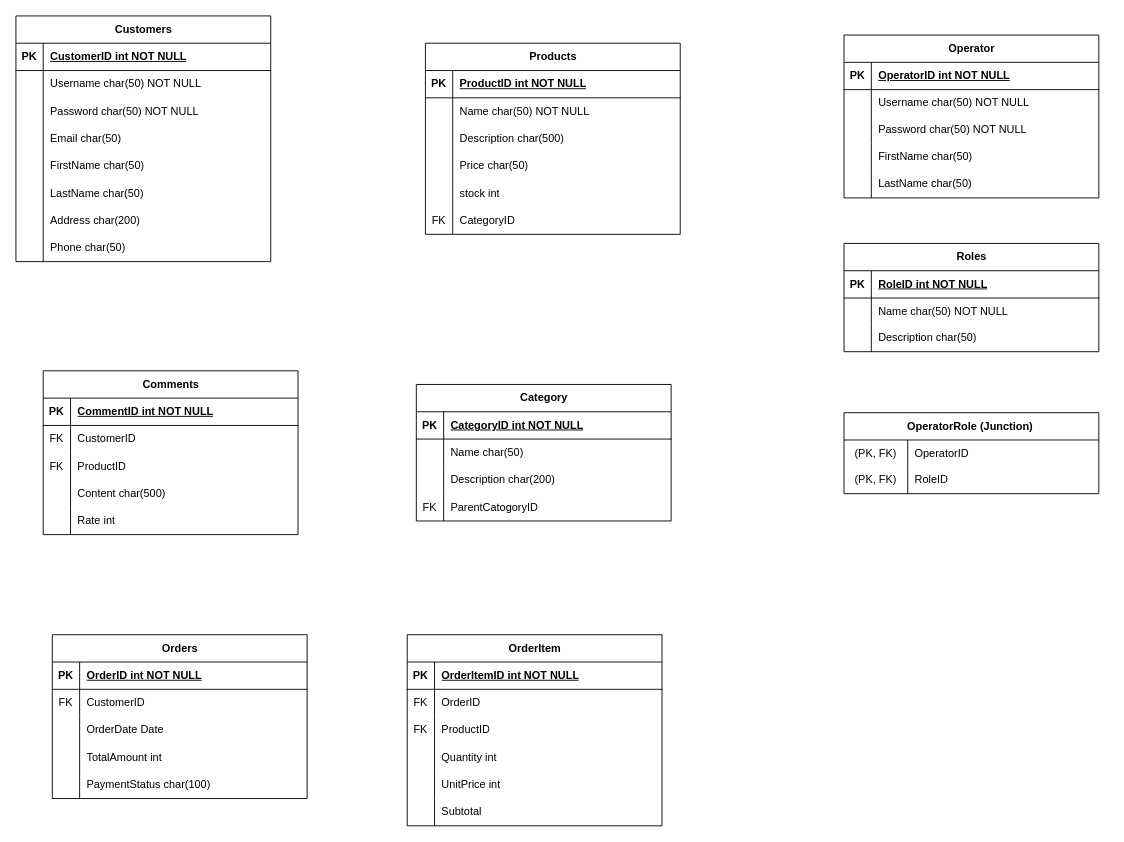
zeinab-hajhosseini/OnlineShopERD keeps this draw.io diagram as OnlineShop.drawio. Above is the earlier version. Source tidied: cells renumbered, new cells numbered last; positions are measured from the earlier drawing's top-left corner, leaving out a move shared by most shapes. Both pictures are drawn from the tidied source at 91%, with x=0, y=0 at pixel (15, 15).
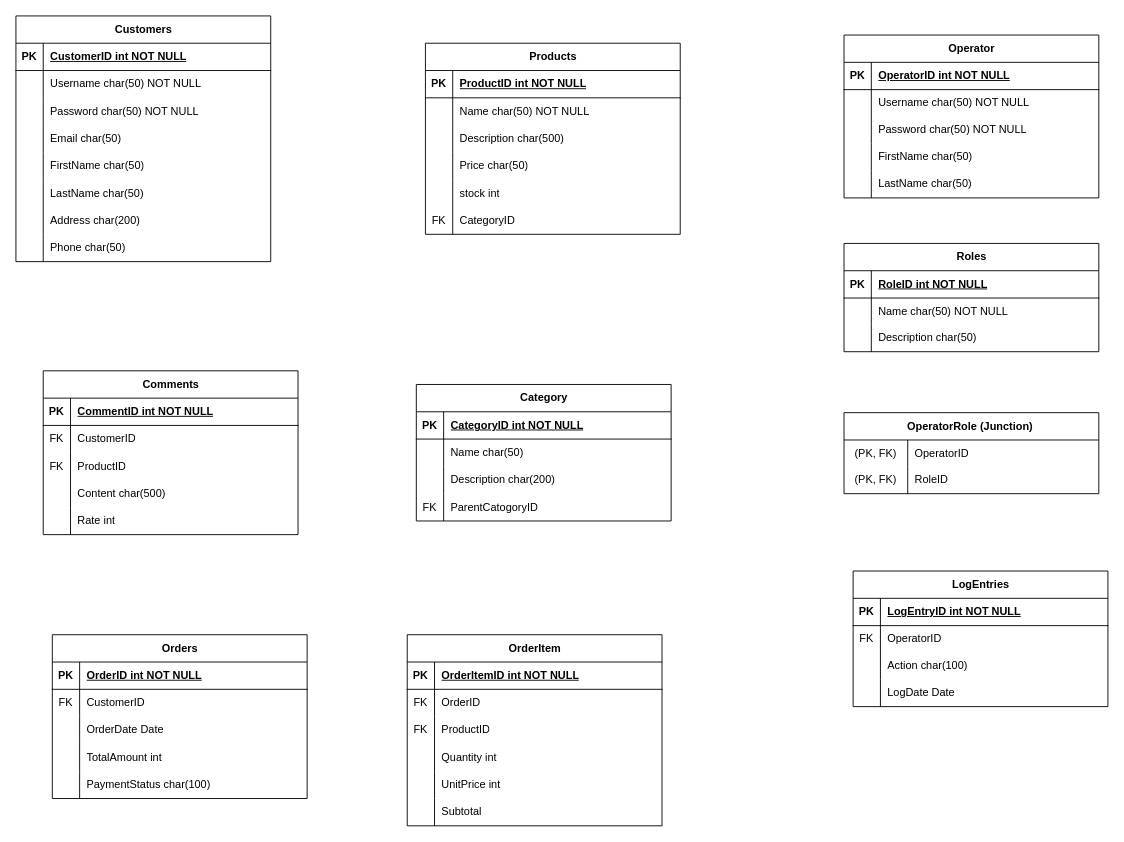
Above is the later version.

Commit message:
Define Log Entity

What changed in the source:
```diff
@@
+    <mxCell id="143" value="LogEntries" style="shape=table;startSize=30;childLayout=tableLayout;rowLines=0;fontStyle=1;align=center;html=1;" parent="1" vertex="1">
+      <mxGeometry x="920" y="610" width="280" height="149" as="geometry" />
+    </mxCell>
+    <mxCell id="144" style="shape=tableRow;horizontal=0;startSize=0;swimlaneHead=0;swimlaneBody=0;fillColor=none;top=0;left=0;right=0;bottom=1;" parent="143" vertex="1">
+      <mxGeometry y="30" width="280" height="30" as="geometry" />
+    </mxCell>
+    <mxCell id="145" value="PK" style="shape=partialRectangle;fillColor=none;top=0;left=0;bottom=0;right=0;fontStyle=1;overflow=hidden;whiteSpace=wrap;html=1;" parent="144" vertex="1">
+      <mxGeometry width="30" height="30" as="geometry" />
+    </mxCell>
+    <mxCell id="146" value="LogEntryID int NOT NULL" style="shape=partialRectangle;fillColor=none;top=0;left=0;bottom=0;right=0;align=left;spacingLeft=6;fontStyle=5;overflow=hidden;whiteSpace=wrap;html=1;" parent="144" vertex="1">
+      <mxGeometry x="30" width="250" height="30" as="geometry" />
+    </mxCell>
+    <mxCell id="147" style="shape=tableRow;horizontal=0;startSize=0;swimlaneHead=0;swimlaneBody=0;fillColor=none;top=0;left=0;right=0;bottom=0;" parent="143" vertex="1">
+      <mxGeometry y="60" width="280" height="29" as="geometry" />
+    </mxCell>
+    <mxCell id="148" value="FK" style="shape=partialRectangle;fillColor=none;top=0;left=0;bottom=0;right=0;overflow=hidden;whiteSpace=wrap;html=1;" parent="147" vertex="1">
+      <mxGeometry width="30" height="29" as="geometry" />
+    </mxCell>
+    <mxCell id="149" value="OperatorID" style="shape=partialRectangle;fillColor=none;top=0;left=0;bottom=0;right=0;align=left;spacingLeft=6;overflow=hidden;whiteSpace=wrap;html=1;" parent="147" vertex="1">
+      <mxGeometry x="30" width="250" height="29" as="geometry" />
+    </mxCell>
+    <mxCell id="150" style="shape=tableRow;horizontal=0;startSize=0;swimlaneHead=0;swimlaneBody=0;fillColor=none;top=0;left=0;right=0;bottom=0;" parent="143" vertex="1">
+      <mxGeometry y="89" width="280" height="30" as="geometry" />
+    </mxCell>
+    <mxCell id="151" style="shape=partialRectangle;fillColor=none;top=0;left=0;bottom=0;right=0;overflow=hidden;whiteSpace=wrap;html=1;" parent="150" vertex="1">
+      <mxGeometry width="30" height="30" as="geometry" />
+    </mxCell>
+    <mxCell id="152" value="Action char(100)" style="shape=partialRectangle;fillColor=none;top=0;left=0;bottom=0;right=0;align=left;spacingLeft=6;overflow=hidden;whiteSpace=wrap;html=1;" parent="150" vertex="1">
+      <mxGeometry x="30" width="250" height="30" as="geometry" />
+    </mxCell>
+    <mxCell id="153" style="shape=tableRow;horizontal=0;startSize=0;swimlaneHead=0;swimlaneBody=0;fillColor=none;top=0;left=0;right=0;bottom=0;" parent="143" vertex="1">
+      <mxGeometry y="119" width="280" height="30" as="geometry" />
+    </mxCell>
+    <mxCell id="154" style="shape=partialRectangle;fillColor=none;top=0;left=0;bottom=0;right=0;overflow=hidden;whiteSpace=wrap;html=1;" parent="153" vertex="1">
+      <mxGeometry width="30" height="30" as="geometry" />
+    </mxCell>
+    <mxCell id="155" value="LogDate Date" style="shape=partialRectangle;fillColor=none;top=0;left=0;bottom=0;right=0;align=left;spacingLeft=6;overflow=hidden;whiteSpace=wrap;html=1;" parent="153" vertex="1">
+      <mxGeometry x="30" width="250" height="30" as="geometry" />
+    </mxCell>
```
